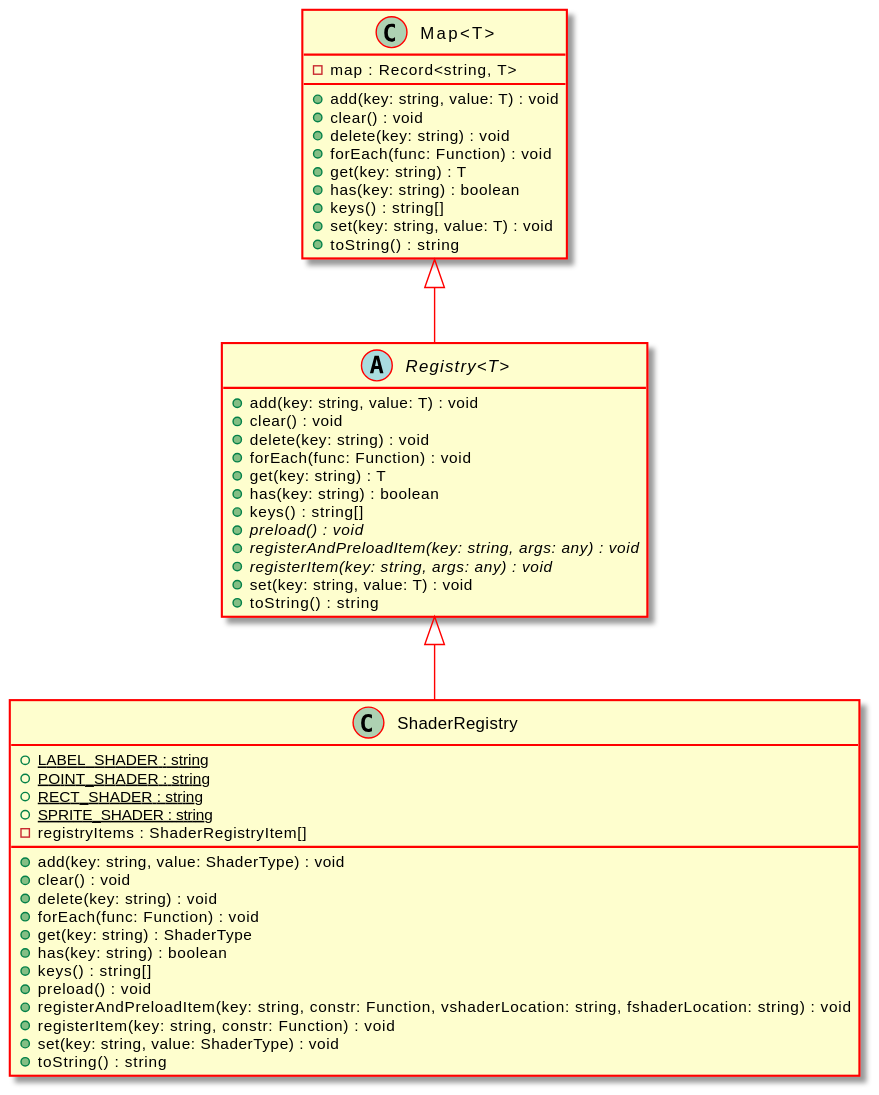
Above: docs/api/assets/Registry-umlClassDiagram-5224.svg in Test123938/Test2 (PlantUML), before the change.
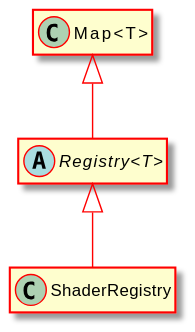
After the change.

What changed in the source:
```diff
@@ -5,50 +5,11 @@
 hide empty methods
 hide empty fields
 abstract class "Registry<T>" {
-    +add(key: string, value: T) : void
-    +clear() : void
-    +delete(key: string) : void
-    +forEach(func: Function) : void
-    +get(key: string) : T
-    +has(key: string) : boolean
-    +keys() : string[]
-    {abstract} +preload() : void
-    {abstract} +registerAndPreloadItem(key: string, args: any) : void
-    {abstract} +registerItem(key: string, args: any) : void
-    +set(key: string, value: T) : void
-    +toString() : string
 }
 class "Map<T>" {
-    -map : Record<string, T>
-    +add(key: string, value: T) : void
-    +clear() : void
-    +delete(key: string) : void
-    +forEach(func: Function) : void
-    +get(key: string) : T
-    +has(key: string) : boolean
-    +keys() : string[]
-    +set(key: string, value: T) : void
-    +toString() : string
 }
 "Map<T>" <|-- "Registry<T>"
 class "ShaderRegistry" {
-    {static} +LABEL_SHADER : string
-    {static} +POINT_SHADER : string
-    {static} +RECT_SHADER : string
-    {static} +SPRITE_SHADER : string
-    -registryItems : ShaderRegistryItem[]
-    +add(key: string, value: ShaderType) : void
-    +clear() : void
-    +delete(key: string) : void
-    +forEach(func: Function) : void
-    +get(key: string) : ShaderType
-    +has(key: string) : boolean
-    +keys() : string[]
-    +preload() : void
-    +registerAndPreloadItem(key: string, constr: Function, vshaderLocation: string, fshaderLocation: string) : void
-    +registerItem(key: string, constr: Function) : void
-    +set(key: string, value: ShaderType) : void
-    +toString() : string
 }
 "Registry<T>" <|-- "ShaderRegistry"
 @enduml
```
